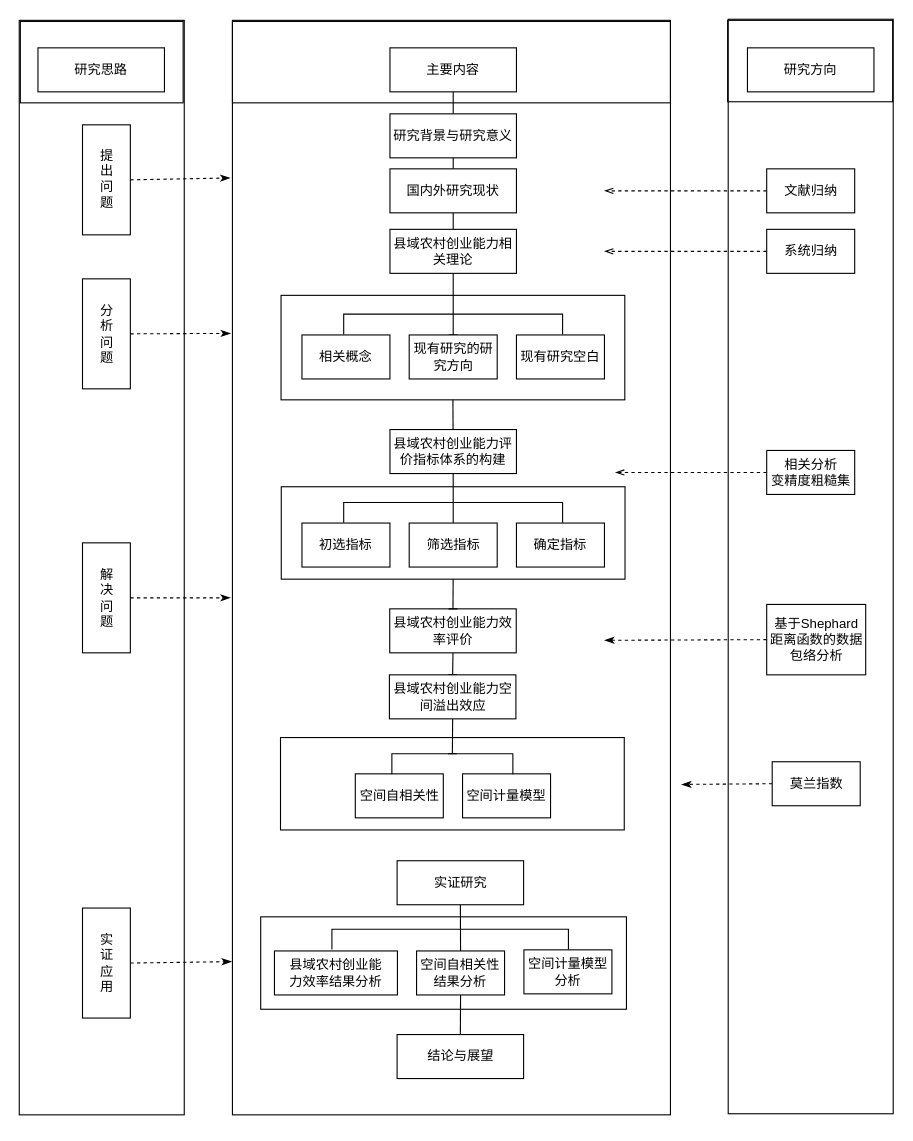
Angelosyue/TFPMATLAB keeps this draw.io diagram as 论文框架.drawio. Above is the earlier version. Source tidied: cells renumbered, new cells numbered last; positions are measured from the earlier drawing's top-left corner, leaving out a move shared by most shapes. Both pictures are drawn from the tidied source at 110%, with x=0, y=0 at pixel (19, 19).
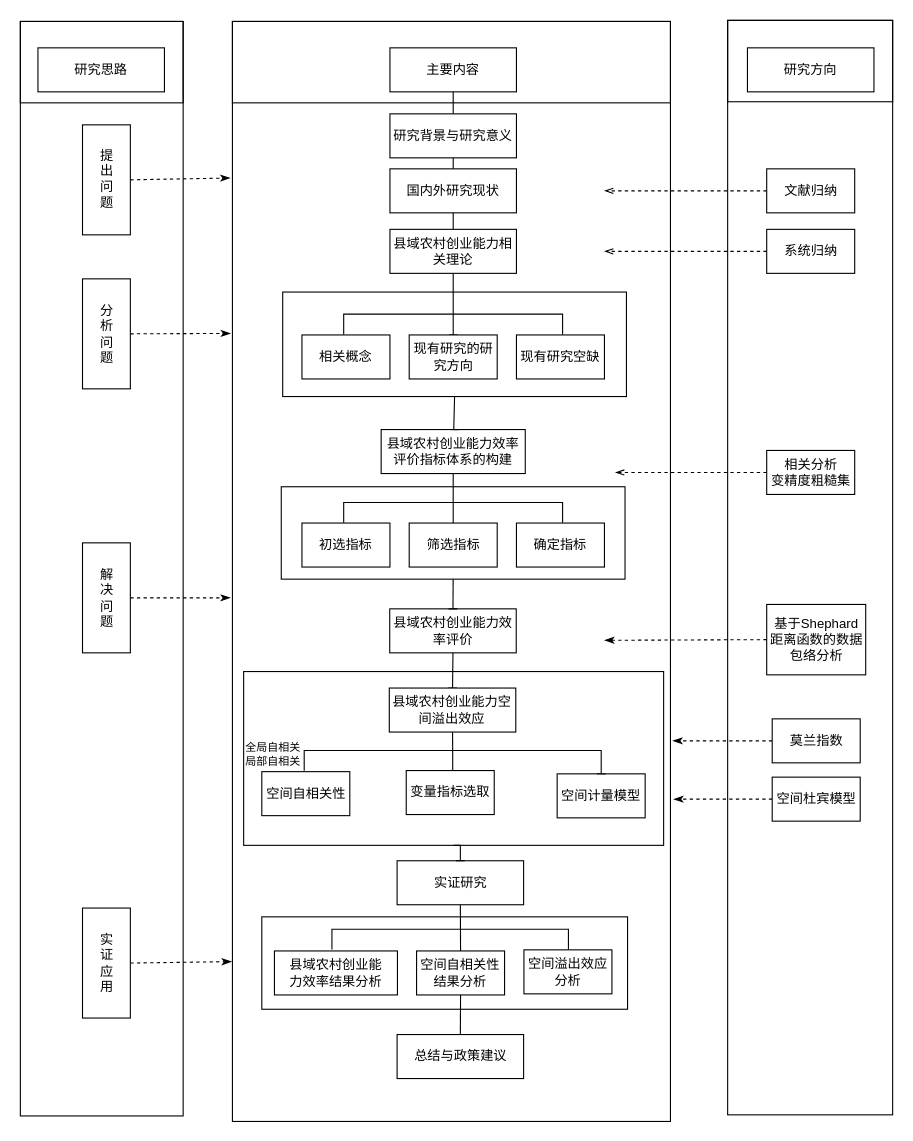
Above is the later version.

The change refers to these unchanged cells:
```xml
<mxCell id="7" value="提出问题" style="rounded=0;html=1;whiteSpace=wrap;labelPosition=center;verticalLabelPosition=middle;align=center;verticalAlign=middle;labelBorderColor=none;fontFamily=Comic Sans MS;spacingTop=0;spacing=12;" parent="1" vertex="1">
  <mxGeometry x="57.5" y="96" width="43.5" height="100" as="geometry" />
</mxCell>
<mxCell id="9" value="分析问题" style="rounded=0;whiteSpace=wrap;html=1;spacing=12;" parent="1" vertex="1">
  <mxGeometry x="57.5" y="236" width="43.5" height="100" as="geometry" />
</mxCell>
<mxCell id="11" value="实证应用" style="rounded=0;whiteSpace=wrap;html=1;spacing=12;" parent="1" vertex="1">
  <mxGeometry x="57.5" y="808" width="43.5" height="100" as="geometry" />
</mxCell>
<mxCell id="30" value="实证研究" style="rounded=0;whiteSpace=wrap;html=1;" parent="1" vertex="1">
  <mxGeometry x="343.5" y="765" width="115" height="40" as="geometry" />
</mxCell>
```

The edit, as a diff of the source:
```diff
@@
-    <mxCell id="6" style="edgeStyle=none;rounded=0;jettySize=auto;html=1;exitX=1;exitY=0.5;exitDx=0;exitDy=0;dashed=1;fontFamily=Comic Sans MS;endArrow=classicThin;endFill=1;strokeWidth=1;entryX=-0.005;entryY=0.144;entryDx=0;entryDy=0;entryPerimeter=0;" parent="1" edge="1" source="7" target="61">
-      <mxGeometry relative="1" as="geometry" />
+    <mxCell id="6" style="edgeStyle=none;rounded=0;jettySize=auto;html=1;exitX=1;exitY=0.5;exitDx=0;exitDy=0;dashed=1;fontFamily=Comic Sans MS;endArrow=classicThin;endFill=1;strokeWidth=1;entryX=-0.005;entryY=0.144;entryDx=0;entryDy=0;entryPerimeter=0;" parent="1" edge="1" source="7">
+      <mxGeometry relative="1" as="geometry">
+        <mxPoint x="191.8" y="144.3" as="targetPoint" />
+      </mxGeometry>
     </mxCell>
@@
-    <mxCell id="8" style="edgeStyle=none;rounded=0;jettySize=auto;html=1;exitX=1;exitY=0.5;exitDx=0;exitDy=0;dashed=1;fontFamily=Comic Sans MS;endArrow=classicThin;endFill=1;strokeWidth=1;entryX=-0.004;entryY=0.286;entryDx=0;entryDy=0;entryPerimeter=0;" parent="1" edge="1" source="9" target="61">
-      <mxGeometry relative="1" as="geometry" />
+    <mxCell id="8" style="edgeStyle=none;rounded=0;jettySize=auto;html=1;exitX=1;exitY=0.5;exitDx=0;exitDy=0;dashed=1;fontFamily=Comic Sans MS;endArrow=classicThin;endFill=1;strokeWidth=1;entryX=-0.004;entryY=0.286;entryDx=0;entryDy=0;entryPerimeter=0;" parent="1" edge="1" source="9">
+      <mxGeometry relative="1" as="geometry">
+        <mxPoint x="192.2" y="285.6" as="targetPoint" />
+      </mxGeometry>
     </mxCell>
@@
-    <mxCell id="10" style="edgeStyle=none;rounded=0;jettySize=auto;html=1;exitX=1;exitY=0.5;exitDx=0;exitDy=0;dashed=1;fontFamily=Comic Sans MS;endArrow=classicThin;endFill=1;strokeWidth=1;entryX=-0.002;entryY=0.86;entryDx=0;entryDy=0;entryPerimeter=0;" parent="1" edge="1" source="11" target="61">
-      <mxGeometry relative="1" as="geometry" />
+    <mxCell id="10" style="edgeStyle=none;rounded=0;jettySize=auto;html=1;exitX=1;exitY=0.5;exitDx=0;exitDy=0;dashed=1;fontFamily=Comic Sans MS;endArrow=classicThin;endFill=1;strokeWidth=1;entryX=-0.002;entryY=0.86;entryDx=0;entryDy=0;entryPerimeter=0;" parent="1" edge="1" source="11">
+      <mxGeometry relative="1" as="geometry">
+        <mxPoint x="193" y="856.7" as="targetPoint" />
+      </mxGeometry>
     </mxCell>
@@
-    <mxCell id="23" value="现有研究空白" style="rounded=0;whiteSpace=wrap;html=1;" parent="1" vertex="1">
+    <mxCell id="23" value="现有研究空缺" style="rounded=0;whiteSpace=wrap;html=1;" parent="1" vertex="1">
       <mxGeometry x="452" y="287" width="80" height="40" as="geometry" />
     </mxCell>
-    <mxCell id="24" value="县域农村创业能力评价指标体系的构建" style="rounded=0;whiteSpace=wrap;html=1;" parent="1" vertex="1">
-      <mxGeometry x="337" y="373" width="115" height="40" as="geometry" />
+    <mxCell id="24" value="县域农村创业能力效率评价指标体系的构建" style="rounded=0;whiteSpace=wrap;html=1;" parent="1" vertex="1">
+      <mxGeometry x="329" y="373" width="131" height="40" as="geometry" />
     </mxCell>
@@
-    <mxCell id="34" value="空间计量模型分析" style="rounded=0;whiteSpace=wrap;html=1;" parent="1" vertex="1">
+    <mxCell id="34" value="空间溢出效应分析" style="rounded=0;whiteSpace=wrap;html=1;" parent="1" vertex="1">
       <mxGeometry x="458.8" y="846" width="80" height="40" as="geometry" />
     </mxCell>
-    <mxCell id="35" value="结论与展望" style="rounded=0;whiteSpace=wrap;html=1;" parent="1" vertex="1">
+    <mxCell id="35" value="总结与政策建议" style="rounded=0;whiteSpace=wrap;html=1;" parent="1" vertex="1">
       <mxGeometry x="343.5" y="923" width="115" height="40" as="geometry" />
     </mxCell>
@@
     <mxCell id="40" style="rounded=0;whiteSpace=wrap;html=1;labelBorderColor=none;fontFamily=Comic Sans MS;fillColor=none;" parent="1" vertex="1">
-      <mxGeometry y="1" width="150" height="995" as="geometry" />
+      <mxGeometry x="1" y="2" width="148" height="995" as="geometry" />
     </mxCell>
@@
     <mxCell id="48" value="县域农村创业能力空间溢出效应" style="rounded=0;whiteSpace=wrap;html=1;" parent="1" vertex="1">
-      <mxGeometry x="336.5" y="596" width="115" height="40" as="geometry" />
+      <mxGeometry x="336.4" y="608" width="115" height="40" as="geometry" />
     </mxCell>
     <mxCell id="49" value="空间自相关性" style="rounded=0;whiteSpace=wrap;html=1;" parent="1" vertex="1">
-      <mxGeometry x="305.5" y="686" width="80" height="40" as="geometry" />
+      <mxGeometry x="220.5" y="684" width="80" height="40" as="geometry" />
     </mxCell>
     <mxCell id="50" value="空间计量模型" style="rounded=0;whiteSpace=wrap;html=1;" parent="1" vertex="1">
-      <mxGeometry x="403" y="686" width="80" height="40" as="geometry" />
+      <mxGeometry x="489" y="686" width="80" height="40" as="geometry" />
     </mxCell>
@@
     <mxCell id="52" style="rounded=0;whiteSpace=wrap;html=1;labelBorderColor=none;fontFamily=Comic Sans MS;strokeWidth=1;fillColor=none;" parent="1" vertex="1">
-      <mxGeometry x="238" y="251" width="312.5" height="95" as="geometry" />
+      <mxGeometry x="239.5" y="248" width="312.5" height="95" as="geometry" />
     </mxCell>
@@
+    <mxCell id="68" style="edgeStyle=orthogonalEdgeStyle;rounded=0;jettySize=auto;html=1;exitX=1;exitY=0;exitDx=0;exitDy=0;exitPerimeter=0;entryX=0.5;entryY=0;entryDx=0;entryDy=0;endArrow=baseDash;endFill=0;" parent="1" edge="1" source="57" target="50">
+      <mxGeometry relative="1" as="geometry" />
+    </mxCell>
     <mxCell id="57" style="strokeWidth=1;html=1;shape=mxgraph.flowchart.annotation_1;align=left;labelBorderColor=none;fontFamily=Comic Sans MS;fillColor=none;rotation=90;" parent="1" vertex="1">
-      <mxGeometry x="384.5" y="622" width="18.5" height="110" as="geometry" />
+      <mxGeometry x="384.8" y="539" width="18.5" height="270" as="geometry" />
     </mxCell>
+    <mxCell id="69" style="edgeStyle=orthogonalEdgeStyle;rounded=0;jettySize=auto;html=1;exitX=0.5;exitY=1;exitDx=0;exitDy=0;entryX=0.5;entryY=0;entryDx=0;entryDy=0;endArrow=baseDash;endFill=0;" parent="1" edge="1" source="58" target="30">
+      <mxGeometry relative="1" as="geometry" />
+    </mxCell>
     <mxCell id="58" style="rounded=0;whiteSpace=wrap;html=1;labelBorderColor=none;fontFamily=Comic Sans MS;strokeWidth=1;fillColor=none;" parent="1" vertex="1">
-      <mxGeometry x="237.5" y="653" width="312.5" height="84" as="geometry" />
+      <mxGeometry x="204" y="593" width="381.8" height="158" as="geometry" />
     </mxCell>
@@
     <mxCell id="60" style="rounded=0;whiteSpace=wrap;html=1;labelBorderColor=none;fontFamily=Comic Sans MS;strokeWidth=1;fillColor=none;" parent="1" vertex="1">
-      <mxGeometry x="219.5" y="816" width="332.5" height="84" as="geometry" />
+      <mxGeometry x="220.5" y="816" width="332.5" height="84" as="geometry" />
     </mxCell>
-    <mxCell id="61" style="rounded=0;whiteSpace=wrap;html=1;labelBorderColor=none;fontFamily=Comic Sans MS;fillColor=none;" parent="1" vertex="1">
-      <mxGeometry x="193.8" y="1" width="398.2" height="995" as="geometry" />
-    </mxCell>
     <mxCell id="62" style="edgeStyle=none;rounded=0;jettySize=auto;html=1;exitX=0;exitY=0.5;exitDx=0;exitDy=0;dashed=1;fontFamily=Comic Sans MS;endArrow=classicThin;endFill=1;strokeWidth=1;" parent="1" edge="1" source="63">
       <mxGeometry relative="1" as="geometry">
-        <mxPoint x="602" y="695.6" as="targetPoint" />
+        <mxPoint x="594" y="656" as="targetPoint" />
       </mxGeometry>
     </mxCell>
     <mxCell id="63" value="莫兰指数" style="rounded=0;whiteSpace=wrap;html=1;" parent="1" vertex="1">
-      <mxGeometry x="684.5" y="675" width="80" height="40" as="geometry" />
+      <mxGeometry x="684.5" y="636" width="80" height="40" as="geometry" />
     </mxCell>
@@
     <mxCell id="67" style="rounded=0;whiteSpace=wrap;html=1;labelBorderColor=none;fontFamily=Comic Sans MS;fillColor=none;" parent="1" vertex="1">
-      <mxGeometry x="644.5" width="150" height="995" as="geometry" />
+      <mxGeometry x="644" y="1" width="150" height="995" as="geometry" />
     </mxCell>
+    <mxCell id="70" value="&lt;font style=&quot;font-size: 10px&quot;&gt;全局自相关&lt;br&gt;局部自相关&lt;/font&gt;" style="text;html=1;strokeColor=none;fillColor=none;align=center;verticalAlign=middle;whiteSpace=wrap;rounded=0;fontSize=6;" parent="1" vertex="1">
+      <mxGeometry x="193.8" y="653" width="74" height="30" as="geometry" />
+    </mxCell>
+    <mxCell id="71" style="edgeStyle=orthogonalEdgeStyle;rounded=0;orthogonalLoop=1;jettySize=auto;html=1;exitX=0;exitY=0.5;exitDx=0;exitDy=0;exitPerimeter=0;entryX=1;entryY=0.5;entryDx=0;entryDy=0;entryPerimeter=0;endArrow=baseDash;endFill=0;" parent="1" edge="1" source="57" target="57">
+      <mxGeometry relative="1" as="geometry" />
+    </mxCell>
+    <mxCell id="72" value="变量指标选取" style="rounded=0;whiteSpace=wrap;html=1;" parent="1" vertex="1">
+      <mxGeometry x="351.8" y="683" width="80" height="40" as="geometry" />
+    </mxCell>
+    <mxCell id="73" style="edgeStyle=orthogonalEdgeStyle;rounded=0;jettySize=auto;html=1;exitX=0;exitY=0.5;exitDx=0;exitDy=0;fontSize=10;endArrow=classicThin;endFill=1;dashed=1;" parent="1" edge="1" source="74">
+      <mxGeometry relative="1" as="geometry">
+        <mxPoint x="594.8" y="709" as="targetPoint" />
+      </mxGeometry>
+    </mxCell>
+    <mxCell id="74" value="空间杜宾模型" style="rounded=0;whiteSpace=wrap;html=1;" parent="1" vertex="1">
+      <mxGeometry x="684.5" y="689" width="80" height="40" as="geometry" />
+    </mxCell>
+    <mxCell id="75" style="rounded=0;whiteSpace=wrap;html=1;labelBorderColor=none;fontFamily=Comic Sans MS;fillColor=none;" parent="1" vertex="1">
+      <mxGeometry x="193.8" y="2" width="398.2" height="1000" as="geometry" />
+    </mxCell>
```
